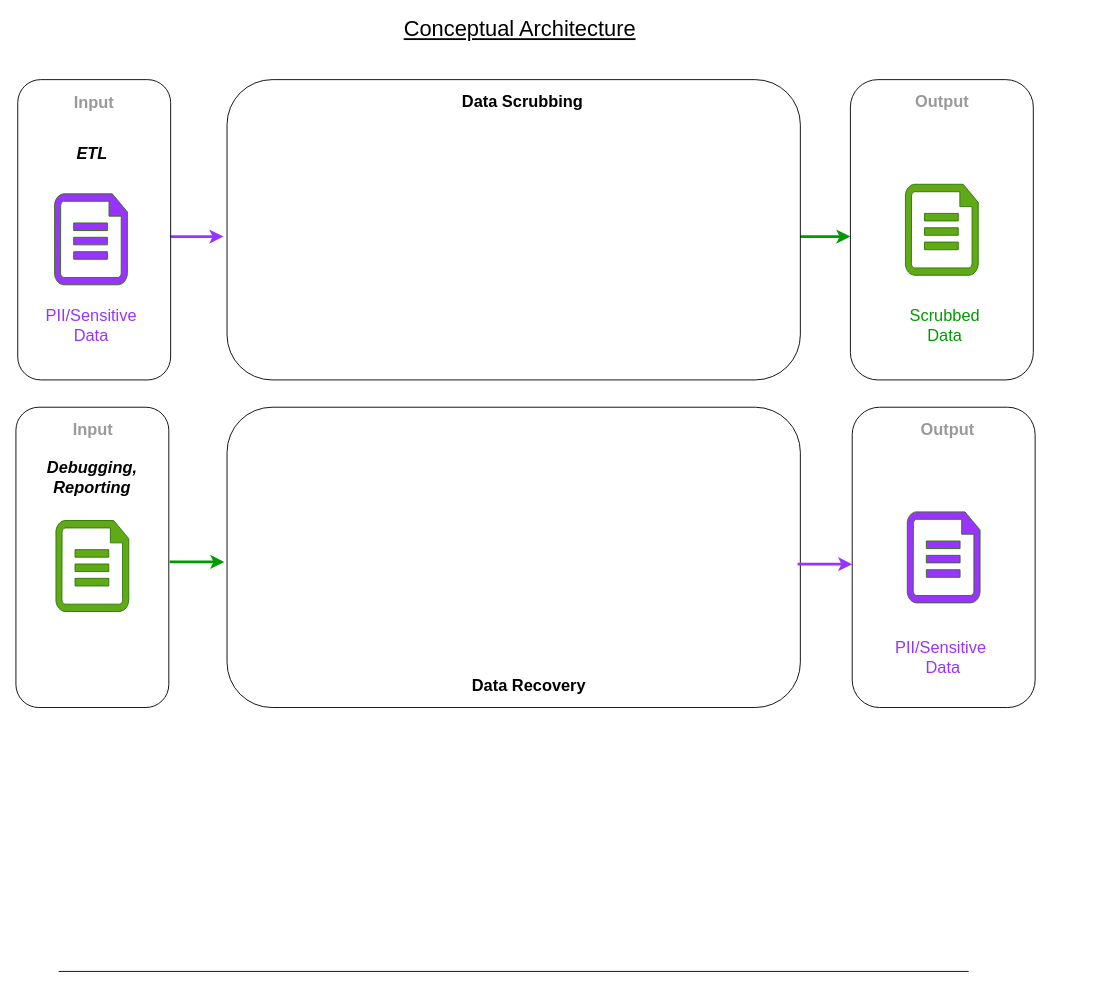
The draw.io diagram page "Concept. Arch." (5 of 6) of AB2 - 2022-12-02-v4.drawio in fotoby/ab3, before the edit. Source tidied: cells renumbered, new cells numbered last; positions are measured from the earlier drawing's top-left corner, leaving out a move shared by most shapes. Both pictures are drawn from the tidied source at 91%, with x=0, y=0 at pixel (15, 15).
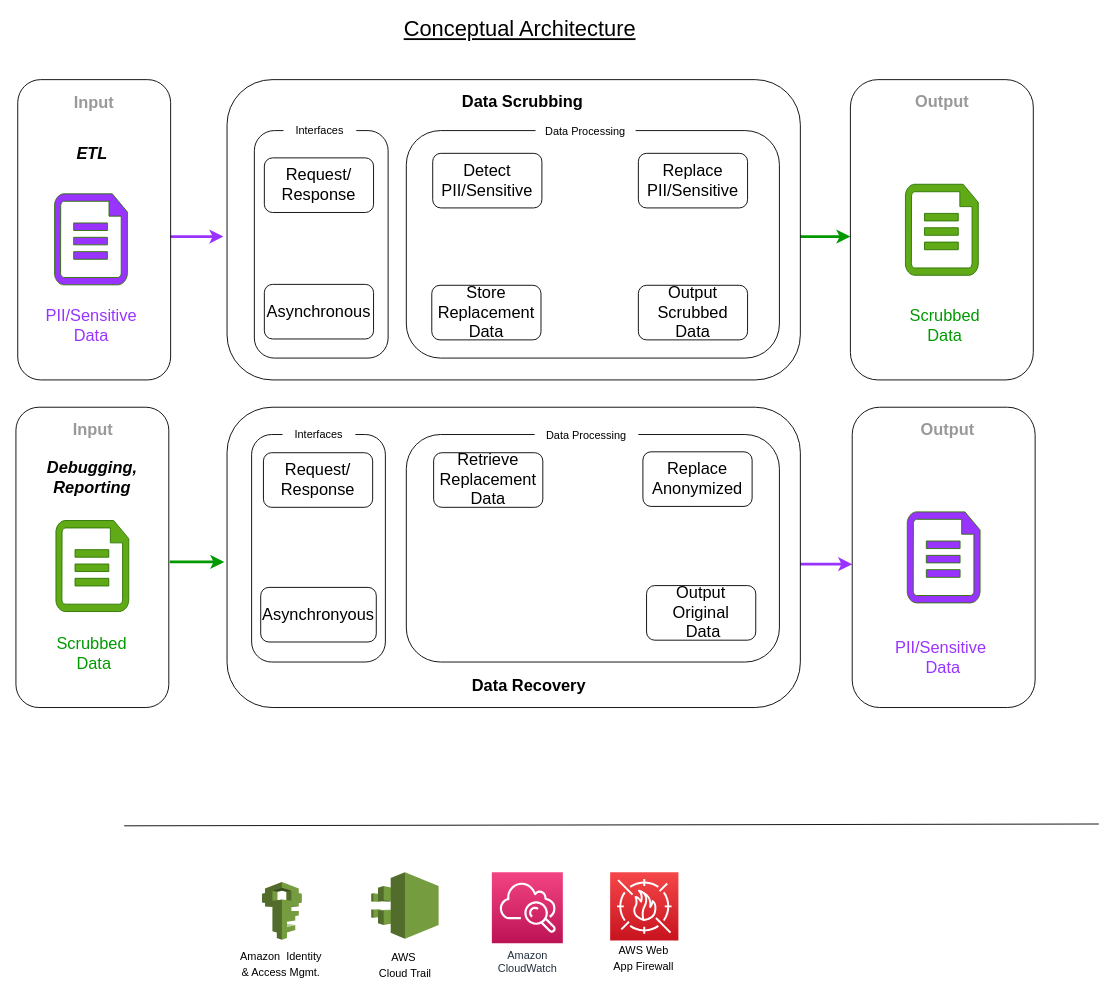
The same page after the edit.

Unchanged cells that the change refers to:
```xml
<mxCell id="5" style="rounded=1;whiteSpace=wrap;html=1;shadow=0;labelBorderColor=none;strokeColor=default;fontSize=18;fontColor=#000000;" parent="1" vertex="1">
  <mxGeometry x="917" y="70" width="201" height="330" as="geometry" />
</mxCell>
```

Change to the diagram source:
```diff
@@
+    <mxCell id="27" style="endArrow=classic;html=1;rounded=0;fontSize=12;fontColor=#009900;strokeColor=#9933FF;strokeWidth=3;entryX=0.75;entryY=0;entryDx=0;entryDy=0;" parent="1" edge="1">
+      <mxGeometry relative="1" as="geometry">
+        <mxPoint x="859" y="602.5" as="sourcePoint" />
+        <mxPoint x="919" y="602.5" as="targetPoint" />
+      </mxGeometry>
+    </mxCell>
@@
-    <mxCell id="19" style="endArrow=none;html=1;rounded=0;" parent="1" edge="1">
-      <mxGeometry relative="1" as="geometry">
-        <mxPoint x="47" y="1050" as="sourcePoint" />
-        <mxPoint x="1047" y="1050" as="targetPoint" />
-      </mxGeometry>
-    </mxCell>
@@
-    <mxCell id="27" style="endArrow=classic;html=1;rounded=0;fontSize=12;fontColor=#009900;strokeColor=#9933FF;strokeWidth=3;entryX=0.75;entryY=0;entryDx=0;entryDy=0;" parent="1" edge="1">
-      <mxGeometry relative="1" as="geometry">
-        <mxPoint x="859" y="602.5" as="sourcePoint" />
-        <mxPoint x="919" y="602.5" as="targetPoint" />
-      </mxGeometry>
-    </mxCell>
@@
+    <mxCell id="31" parent="0" />
+    <mxCell id="32" style="group;" parent="31" vertex="1">
+      <mxGeometry x="380" y="942" width="96" height="115" as="geometry" />
+    </mxCell>
+    <mxCell id="33" style="dashed=0;verticalLabelPosition=bottom;verticalAlign=top;align=center;html=1;shape=mxgraph.aws3.cloudtrail;fillColor=#759C3E;gradientColor=none;labelBackgroundColor=#000000;strokeColor=#000000;fontSize=15;fontColor=#FFFFFF;" parent="32" vertex="1">
+      <mxGeometry x="10.5" y="-1" width="74" height="73" as="geometry" />
+    </mxCell>
+    <mxCell id="34" value="&lt;font style=&quot;font-size: 12px;&quot;&gt;AWS&amp;nbsp;&lt;br&gt;Cloud Trail&lt;br&gt;&lt;/font&gt;" style="text;html=1;strokeColor=none;fillColor=none;align=center;verticalAlign=middle;whiteSpace=wrap;rounded=0;dashed=1;labelBackgroundColor=#FFFFFF;fontSize=15;fontColor=#000000;" parent="32" vertex="1">
+      <mxGeometry y="85" width="96" height="30" as="geometry" />
+    </mxCell>
+    <mxCell id="35" value="Amazon&lt;br&gt;CloudWatch&lt;br&gt;" style="fontColor=#232F3E;gradientColor=#F34482;gradientDirection=north;fillColor=#BC1356;strokeColor=#ffffff;dashed=0;verticalLabelPosition=bottom;verticalAlign=top;align=center;html=1;fontSize=12;fontStyle=0;shape=mxgraph.aws4.resourceIcon;resIcon=mxgraph.aws4.cloudwatch;labelBackgroundColor=#ffffff;" parent="31" vertex="1">
+      <mxGeometry x="523" y="941" width="78" height="78" as="geometry" />
+    </mxCell>
+    <mxCell id="36" style="group;" parent="31" vertex="1">
+      <mxGeometry x="242" y="932" width="99" height="125" as="geometry" />
+    </mxCell>
+    <mxCell id="37" style="dashed=0;verticalLabelPosition=bottom;verticalAlign=top;align=center;html=1;shape=mxgraph.aws3.iam;fillColor=#759C3E;gradientColor=none;labelBackgroundColor=#000000;strokeColor=#000000;fontSize=15;fontColor=#FFFFFF;" parent="36" vertex="1">
+      <mxGeometry x="28.4" y="19.8" width="43.8" height="63.5" as="geometry" />
+    </mxCell>
+    <mxCell id="38" style="group;" parent="36" vertex="1">
+      <mxGeometry width="99" height="125" as="geometry" />
+    </mxCell>
+    <mxCell id="39" value="&lt;font style=&quot;font-size: 12px;&quot;&gt;Amazon &amp;nbsp;Identity &amp;amp; Access Mgmt.&lt;/font&gt;" style="text;html=1;strokeColor=none;fillColor=none;align=center;verticalAlign=middle;whiteSpace=wrap;rounded=0;dashed=1;labelBackgroundColor=#FFFFFF;fontSize=15;fontColor=#000000;" parent="38" vertex="1">
+      <mxGeometry y="93.8" width="99" height="31.3" as="geometry" />
+    </mxCell>
+    <mxCell id="40" style="group;" parent="31" vertex="1">
+      <mxGeometry x="645" y="941" width="90" height="108" as="geometry" />
+    </mxCell>
+    <mxCell id="41" style="sketch=0;fontColor=#232F3E;gradientColor=#F54749;gradientDirection=north;fillColor=#C7131F;strokeColor=#ffffff;dashed=0;verticalLabelPosition=bottom;verticalAlign=top;align=center;html=1;fontSize=12;fontStyle=0;shape=mxgraph.aws4.resourceIcon;resIcon=mxgraph.aws4.waf;labelBackgroundColor=#000000;" parent="40" vertex="1">
+      <mxGeometry x="8" width="75" height="75" as="geometry" />
+    </mxCell>
+    <mxCell id="42" value="&lt;font style=&quot;font-size: 12px;&quot;&gt;AWS Web &lt;br&gt;App Firewall&lt;/font&gt;" style="text;html=1;align=center;verticalAlign=middle;whiteSpace=wrap;rounded=0;dashed=1;labelBackgroundColor=#FFFFFF;fontSize=15;" parent="40" vertex="1">
+      <mxGeometry y="78" width="90" height="30" as="geometry" />
+    </mxCell>
+    <mxCell id="19" style="endArrow=none;html=1;rounded=0;" parent="31" edge="1">
+      <mxGeometry relative="1" as="geometry">
+        <mxPoint x="119" y="890" as="sourcePoint" />
+        <mxPoint x="1190" y="888" as="targetPoint" />
+      </mxGeometry>
+    </mxCell>
+    <mxCell id="43" parent="0" />
+    <mxCell id="44" style="rounded=1;whiteSpace=wrap;html=1;shadow=0;labelBorderColor=none;strokeColor=default;fontSize=18;fontColor=#000000;" parent="43" vertex="1">
+      <mxGeometry x="429" y="460" width="410" height="250" as="geometry" />
+    </mxCell>
+    <mxCell id="45" style="rounded=1;whiteSpace=wrap;html=1;shadow=0;labelBorderColor=none;strokeColor=default;fontSize=18;fontColor=#000000;" parent="43" vertex="1">
+      <mxGeometry x="259" y="460" width="147" height="250" as="geometry" />
+    </mxCell>
+    <mxCell id="46" value="Replace Anonymized" style="rounded=1;whiteSpace=wrap;html=1;shadow=0;labelBorderColor=none;strokeColor=default;fontSize=18;fontColor=#000000;" parent="43" vertex="1">
+      <mxGeometry x="689" y="479" width="120" height="60" as="geometry" />
+    </mxCell>
+    <mxCell id="47" value="Output Original&lt;br&gt;&amp;nbsp;Data" style="rounded=1;whiteSpace=wrap;html=1;shadow=0;labelBorderColor=none;strokeColor=default;fontSize=18;fontColor=#000000;" parent="43" vertex="1">
+      <mxGeometry x="693" y="626" width="120" height="60" as="geometry" />
+    </mxCell>
+    <mxCell id="48" value="Retrieve Replacement&lt;br&gt;Data" style="rounded=1;whiteSpace=wrap;html=1;shadow=0;labelBorderColor=none;strokeColor=default;fontSize=18;fontColor=#000000;" parent="43" vertex="1">
+      <mxGeometry x="459" y="480" width="120" height="60" as="geometry" />
+    </mxCell>
+    <mxCell id="49" value="Asynchronyous" style="rounded=1;whiteSpace=wrap;html=1;shadow=0;labelBorderColor=none;strokeColor=default;fontSize=18;fontColor=#000000;" parent="43" vertex="1">
+      <mxGeometry x="269" y="628" width="127" height="60" as="geometry" />
+    </mxCell>
+    <mxCell id="50" value="Request/ Response" style="rounded=1;whiteSpace=wrap;html=1;shadow=0;labelBorderColor=none;strokeColor=default;fontSize=18;fontColor=#000000;" parent="43" vertex="1">
+      <mxGeometry x="272" y="480" width="120" height="60" as="geometry" />
+    </mxCell>
+    <mxCell id="51" value="Interfaces" style="text;html=1;align=center;verticalAlign=middle;whiteSpace=wrap;rounded=1;fillColor=#FFFFFF;strokeColor=none;gradientColor=#FFFFFF;" parent="43" vertex="1">
+      <mxGeometry x="293" y="445" width="80" height="30" as="geometry" />
+    </mxCell>
+    <mxCell id="52" value="Data Processing" style="text;html=1;align=center;verticalAlign=middle;whiteSpace=wrap;rounded=1;fillColor=#FFFFFF;strokeColor=none;gradientColor=#FFFFFF;" parent="43" vertex="1">
+      <mxGeometry x="570" y="446" width="114" height="30" as="geometry" />
+    </mxCell>
+    <mxCell id="53" parent="0" />
+    <mxCell id="54" style="group;" parent="53" vertex="1">
+      <mxGeometry x="262" y="111" width="147" height="265" as="geometry" />
+    </mxCell>
+    <mxCell id="55" style="rounded=1;whiteSpace=wrap;html=1;shadow=0;labelBorderColor=none;strokeColor=default;fontSize=18;fontColor=#000000;" parent="54" vertex="1">
+      <mxGeometry y="15" width="147" height="250" as="geometry" />
+    </mxCell>
+    <mxCell id="56" value="Request/&lt;br&gt;Response" style="rounded=1;whiteSpace=wrap;html=1;shadow=0;labelBorderColor=none;strokeColor=default;fontSize=18;fontColor=#000000;" parent="54" vertex="1">
+      <mxGeometry x="11" y="45" width="120" height="60" as="geometry" />
+    </mxCell>
+    <mxCell id="57" value="Asynchronous" style="rounded=1;whiteSpace=wrap;html=1;shadow=0;labelBorderColor=none;strokeColor=default;fontSize=18;fontColor=#000000;" parent="54" vertex="1">
+      <mxGeometry x="11" y="184" width="120" height="60" as="geometry" />
+    </mxCell>
+    <mxCell id="58" value="Interfaces" style="text;html=1;align=center;verticalAlign=middle;whiteSpace=wrap;rounded=1;fillColor=#FFFFFF;strokeColor=none;gradientColor=#FFFFFF;" parent="54" vertex="1">
+      <mxGeometry x="32" width="80" height="30" as="geometry" />
+    </mxCell>
+    <mxCell id="59" style="group;" parent="53" vertex="1">
+      <mxGeometry x="429" y="112" width="410" height="264" as="geometry" />
+    </mxCell>
+    <mxCell id="60" style="rounded=1;whiteSpace=wrap;html=1;shadow=0;labelBorderColor=none;strokeColor=default;fontSize=18;fontColor=#000000;" parent="59" vertex="1">
+      <mxGeometry y="14" width="410" height="250" as="geometry" />
+    </mxCell>
+    <mxCell id="61" value="Detect PII/Sensitive" style="rounded=1;whiteSpace=wrap;html=1;shadow=0;labelBorderColor=none;strokeColor=default;fontSize=18;fontColor=#000000;" parent="59" vertex="1">
+      <mxGeometry x="29" y="39" width="120" height="60" as="geometry" />
+    </mxCell>
+    <mxCell id="62" value="Replace PII/Sensitive" style="rounded=1;whiteSpace=wrap;html=1;shadow=0;labelBorderColor=none;strokeColor=default;fontSize=18;fontColor=#000000;" parent="59" vertex="1">
+      <mxGeometry x="255" y="39" width="120" height="60" as="geometry" />
+    </mxCell>
+    <mxCell id="63" value="Store Replacement&lt;br&gt;Data" style="rounded=1;whiteSpace=wrap;html=1;shadow=0;labelBorderColor=none;strokeColor=default;fontSize=18;fontColor=#000000;" parent="59" vertex="1">
+      <mxGeometry x="28" y="184" width="120" height="60" as="geometry" />
+    </mxCell>
+    <mxCell id="64" value="Output&lt;br&gt;Scrubbed Data" style="rounded=1;whiteSpace=wrap;html=1;shadow=0;labelBorderColor=none;strokeColor=default;fontSize=18;fontColor=#000000;" parent="59" vertex="1">
+      <mxGeometry x="255" y="184" width="120" height="60" as="geometry" />
+    </mxCell>
+    <mxCell id="65" value="Data Processing" style="text;html=1;align=center;verticalAlign=middle;whiteSpace=wrap;rounded=1;fillColor=#FFFFFF;strokeColor=none;gradientColor=#FFFFFF;" parent="59" vertex="1">
+      <mxGeometry x="142" width="110" height="30" as="geometry" />
+    </mxCell>
+    <mxCell id="66" style="edgeStyle=orthogonalEdgeStyle;rounded=0;orthogonalLoop=1;jettySize=auto;html=1;exitX=0.5;exitY=1;exitDx=0;exitDy=0;" parent="53" edge="1" source="5" target="5">
+      <mxGeometry relative="1" as="geometry" />
+    </mxCell>
+    <mxCell id="67" value="&lt;font style=&quot;font-size: 18px;&quot; color=&quot;#009900&quot;&gt;Scrubbed&amp;nbsp;&lt;br&gt;Data&lt;br&gt;&lt;/font&gt;" style="text;html=1;strokeColor=none;fillColor=none;align=center;verticalAlign=middle;whiteSpace=wrap;rounded=0;shadow=0;labelBorderColor=none;fontSize=18;fontColor=#000000;" parent="53" vertex="1">
+      <mxGeometry x="6" y="661" width="160" height="79.1" as="geometry" />
+    </mxCell>
```
